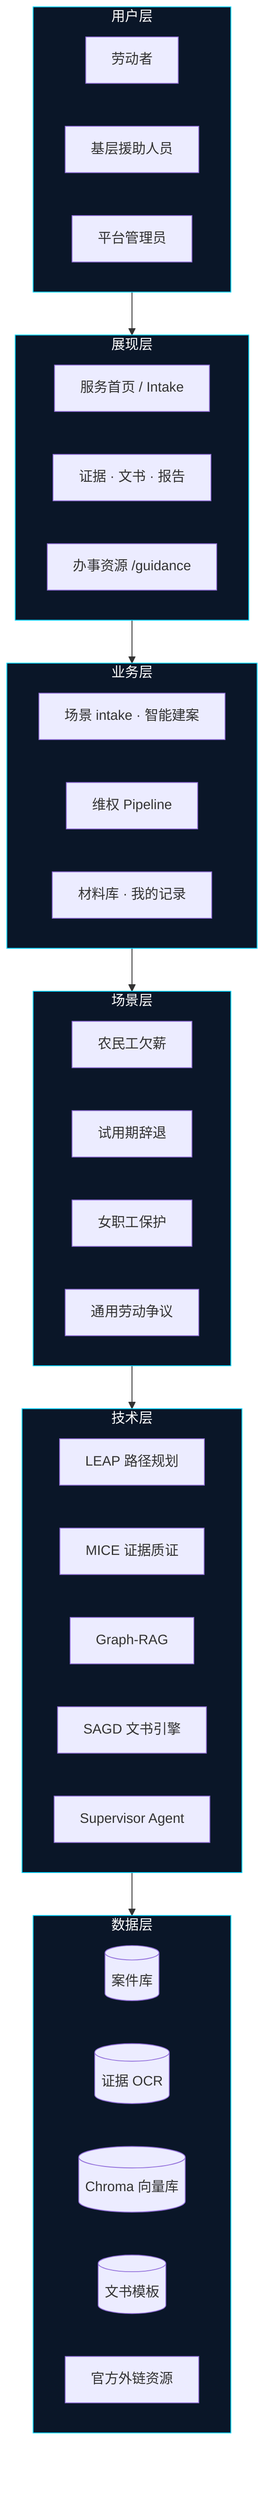
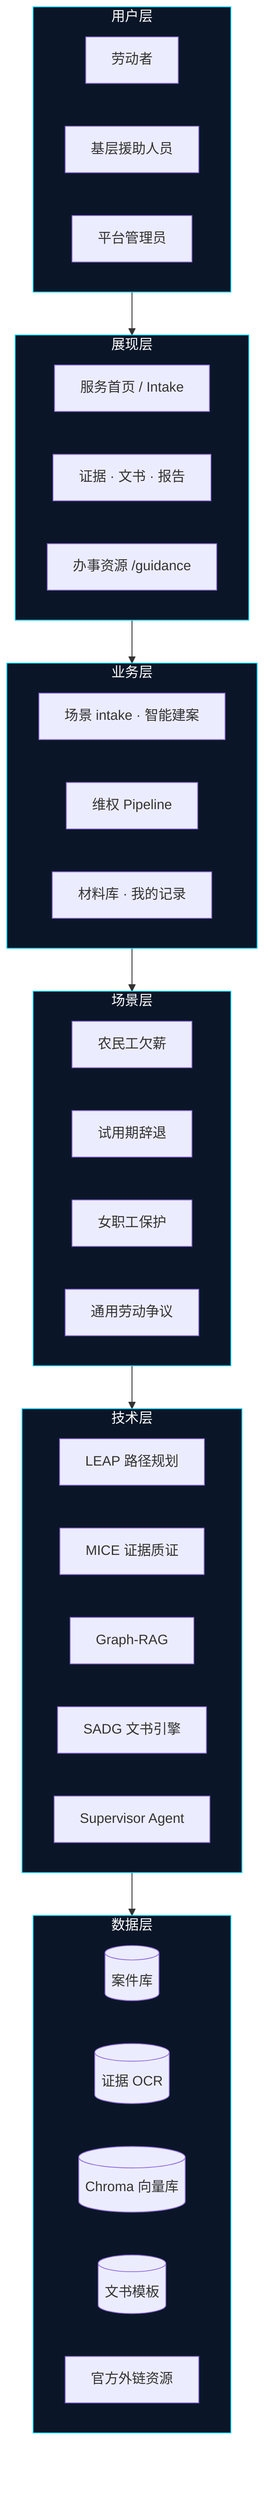
%% LaborAid 六层体系架构 — 答辩主图
%% 导出: scripts/export-diagrams.ps1 或 https://mermaid.live

flowchart TB
  subgraph L1["用户层"]
    U1[劳动者]
    U2[基层援助人员]
    U3[平台管理员]
  end

  subgraph L2["展现层"]
    V1[服务首页 / Intake]
    V2[证据 · 文书 · 报告]
    V3[办事资源 /guidance]
  end

  subgraph L3["业务层"]
    B1[场景 intake · 智能建案]
    B2[维权 Pipeline]
    B3[材料库 · 我的记录]
  end

  subgraph L4["场景层"]
    S1[农民工欠薪]
    S2[试用期辞退]
    S3[女职工保护]
    S4[通用劳动争议]
  end

  subgraph L5["技术层"]
    T1[LEAP 路径规划]
    T2[MICE 证据质证]
    T3[Graph-RAG]
-     T4[SAGD 文书引擎]
+     T4[SADG 文书引擎]
    T5[Supervisor Agent]
  end

  subgraph L6["数据层"]
    D1[(案件库)]
    D2[(证据 OCR)]
    D3[(Chroma 向量库)]
    D4[(文书模板)]
    D5[官方外链资源]
  end

  L1 --> L2 --> L3 --> L4 --> L5 --> L6

  classDef layer fill:#0a1628,stroke:#00d4ff,color:#fff
  class L1,L2,L3,L4,L5,L6 layer
